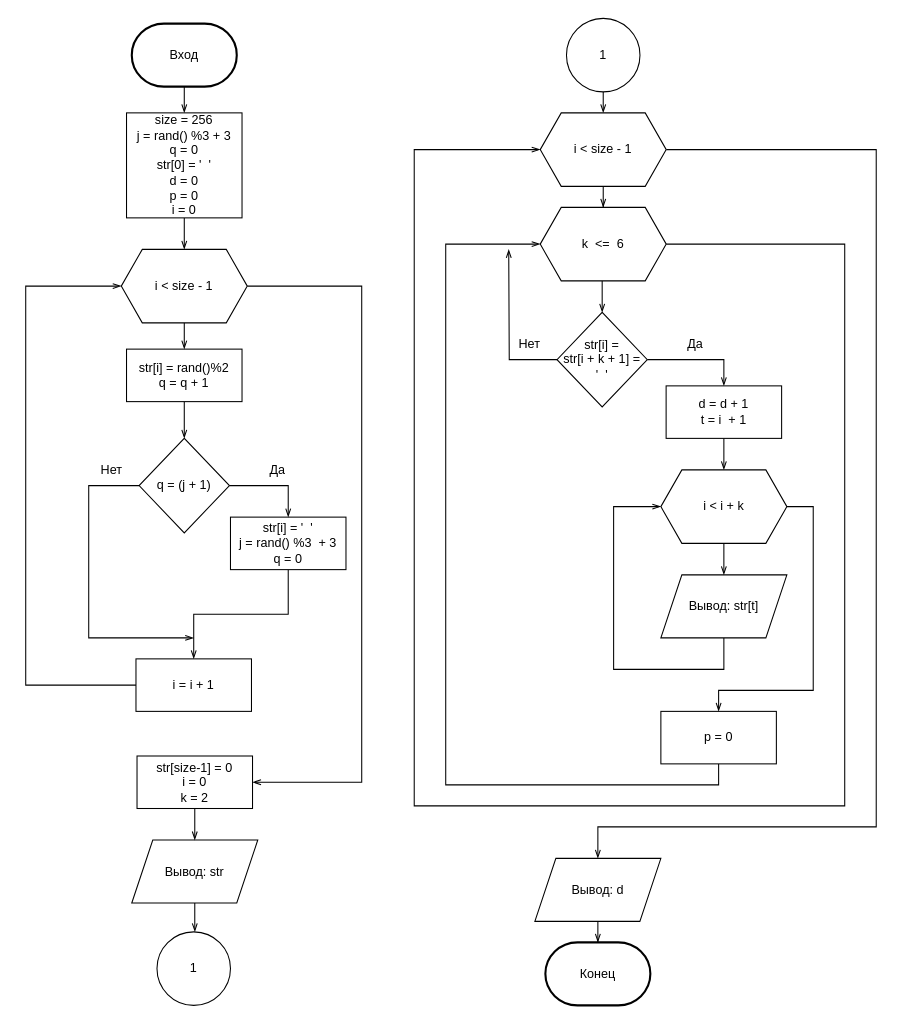
This is laba6.drawio from ArgumenTiKi/labs, a draw.io file, before an edit. Source tidied: cells renumbered, new cells numbered last; positions are measured from the earlier drawing's top-left corner, leaving out a move shared by most shapes. Both pictures are drawn from the tidied source at 105%, with x=0, y=0 at pixel (25, 18).
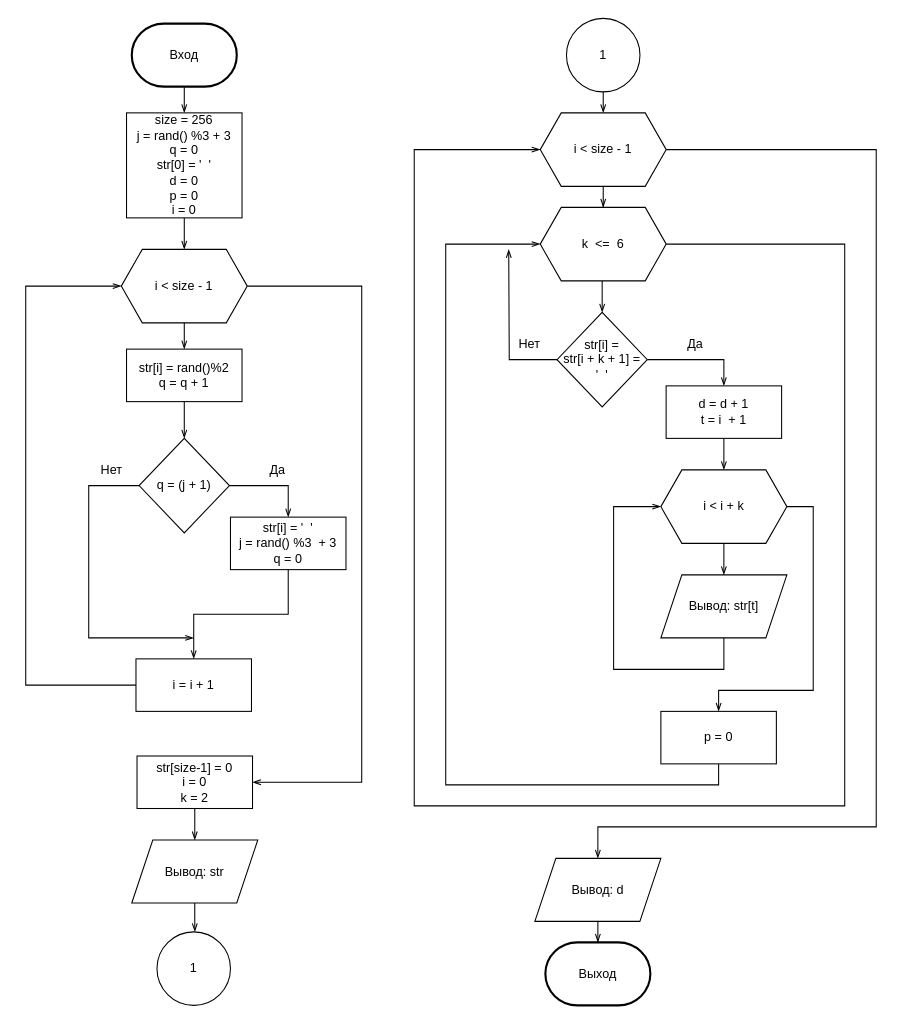
After the change.

What changed in the source:
```diff
@@
-    <mxCell id="4" value="Конец" style="strokeWidth=2;html=1;shape=mxgraph.flowchart.terminator;whiteSpace=wrap;" parent="1" vertex="1">
+    <mxCell id="4" value="Выход" style="strokeWidth=2;html=1;shape=mxgraph.flowchart.terminator;whiteSpace=wrap;" parent="1" vertex="1">
       <mxGeometry x="494.9" y="880" width="100" height="60" as="geometry" />
     </mxCell>
```
